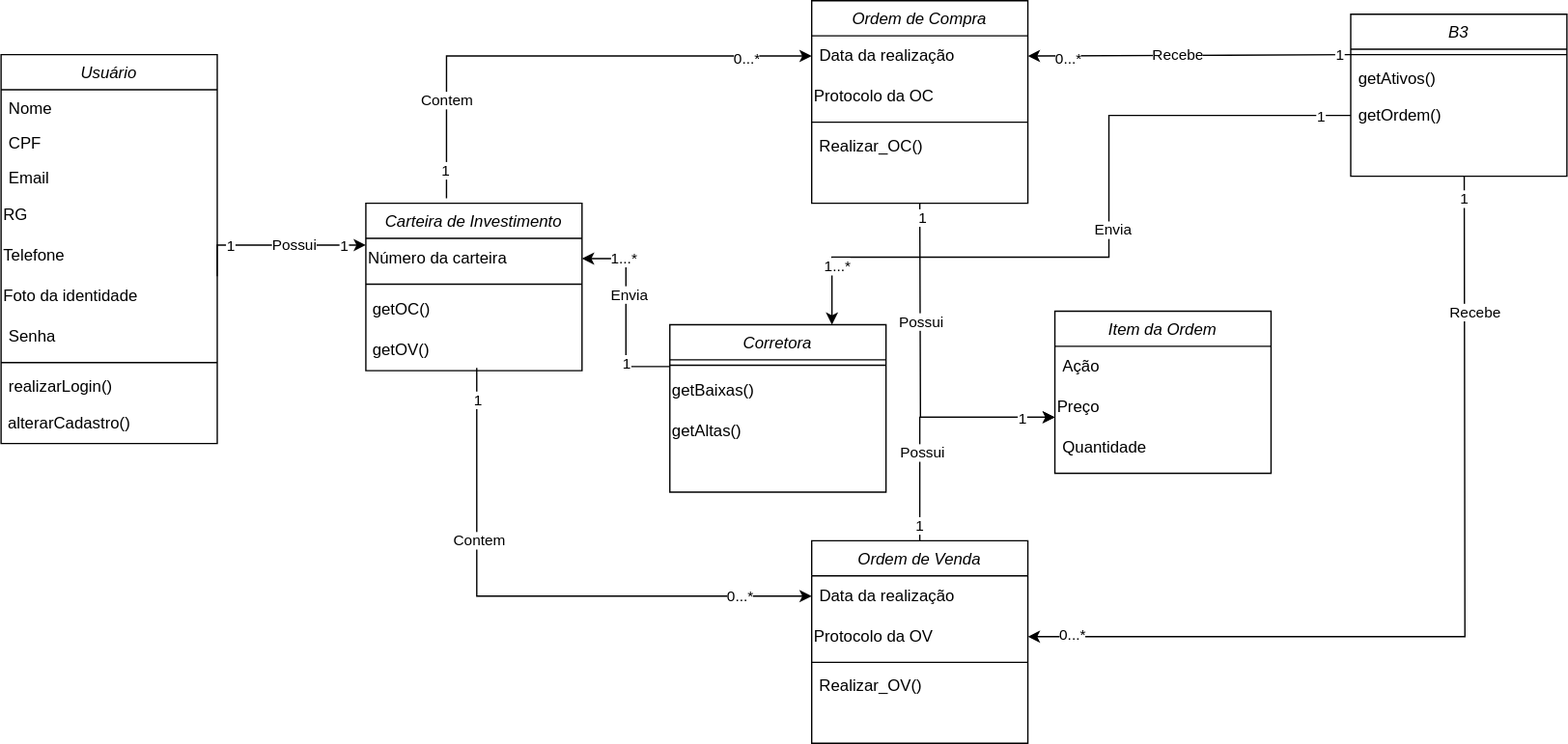
This is Diagrama de classe.drawio.svg from JesCat16/Projeto01_Modelagem_De_Software, a draw.io export, as it was before one commit. Source tidied: cells renumbered, new cells last; positions are measured from the earlier drawing's top-left corner, leaving out a move shared by most shapes.
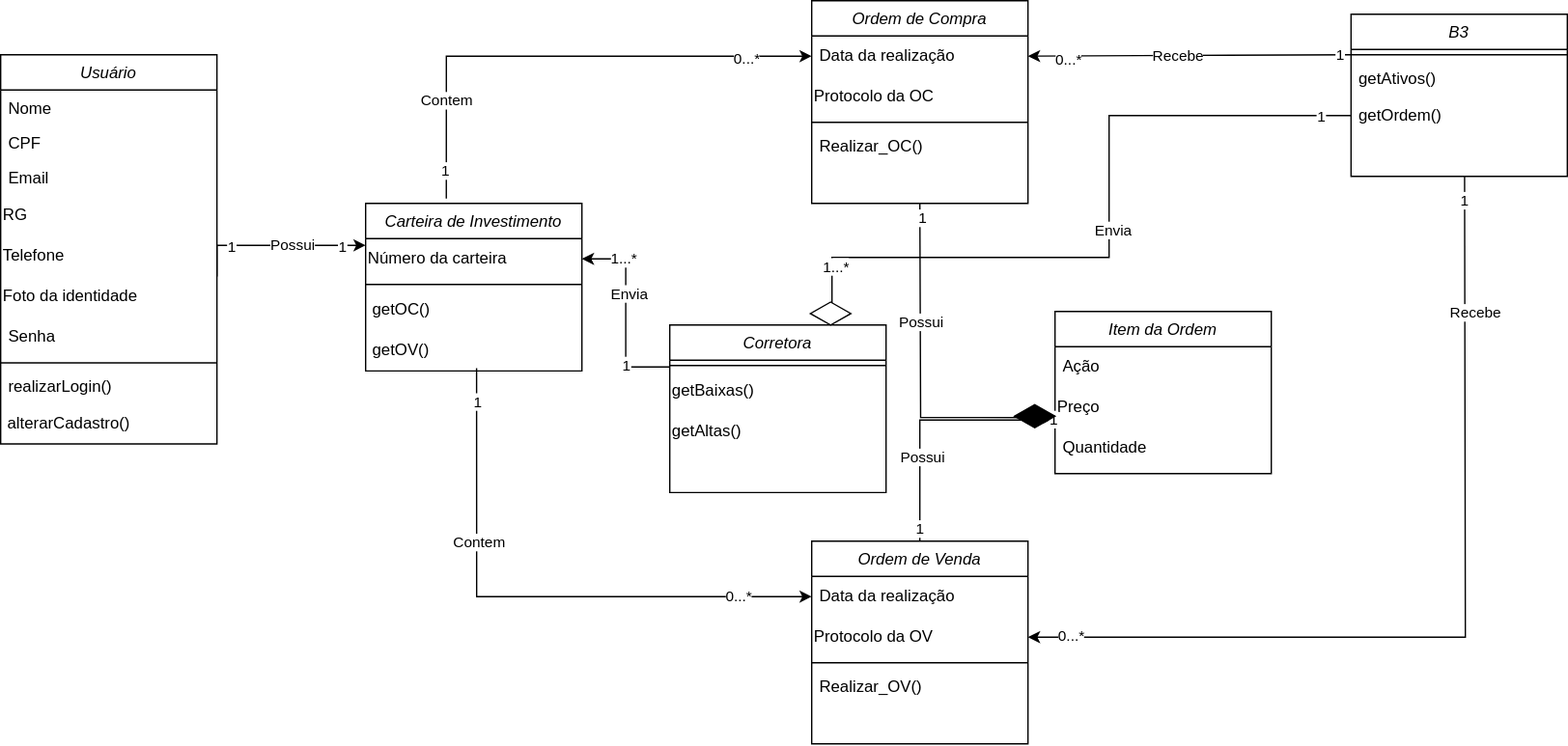
The same file after the commit.

Change to the diagram source:
```diff
@@ -179,19 +179,18 @@
     <mxCell id="54" value="1" style="edgeLabel;html=1;align=center;verticalAlign=middle;" parent="52" vertex="1">
       <mxGeometry x="0.92" y="-1" relative="1" as="geometry" />
     </mxCell>
-    <mxCell id="55" style="edgeStyle=orthogonalEdgeStyle;rounded=0;jettySize=auto;html=1;exitX=0;exitY=0.75;exitDx=0;exitDy=0;entryX=0.5;entryY=0;entryDx=0;entryDy=0;startArrow=classic;startFill=1;endArrow=none;endFill=0;" parent="1" edge="1" source="25" target="27">
-      <mxGeometry relative="1" as="geometry" />
+    <mxCell id="55" style="edgeStyle=orthogonalEdgeStyle;rounded=0;jettySize=auto;html=1;exitX=0;exitY=0.75;exitDx=0;exitDy=0;entryX=0.5;entryY=0;entryDx=0;entryDy=0;startArrow=none;startFill=0;endArrow=none;endFill=0;" parent="1" edge="1" source="76" target="27">
+      <mxGeometry relative="1" as="geometry">
+        <Array as="points">
+          <mxPoint x="680" y="310" />
+        </Array>
+      </mxGeometry>
     </mxCell>
     <mxCell id="56" value="Possui" style="edgeLabel;html=1;align=center;verticalAlign=middle;" parent="55" vertex="1">
       <mxGeometry x="0.78" y="1" relative="1" as="geometry">
         <mxPoint y="-45" as="offset" />
       </mxGeometry>
     </mxCell>
-    <mxCell id="57" value="1" style="edgeLabel;html=1;align=center;verticalAlign=middle;" parent="55" vertex="1">
-      <mxGeometry x="-0.73" y="1" relative="1" as="geometry">
-        <mxPoint x="1" as="offset" />
-      </mxGeometry>
-    </mxCell>
     <mxCell id="58" value="1" style="edgeLabel;html=1;align=center;verticalAlign=middle;" parent="55" vertex="1">
       <mxGeometry x="0.87" y="-1" relative="1" as="geometry">
         <mxPoint y="1" as="offset" />
@@ -261,5 +260,19 @@
     <mxCell id="74" value="1" style="edgeLabel;html=1;align=center;verticalAlign=middle;" parent="71" vertex="1">
       <mxGeometry x="-0.91" relative="1" as="geometry" />
     </mxCell>
+    <mxCell id="75" style="edgeStyle=orthogonalEdgeStyle;rounded=0;jettySize=auto;html=1;exitX=0;exitY=0.75;exitDx=0;exitDy=0;entryX=0.5;entryY=0;entryDx=0;entryDy=0;startArrow=none;startFill=0;endArrow=none;endFill=0;" parent="1" edge="1" source="25" target="76">
+      <mxGeometry relative="1" as="geometry" />
+    </mxCell>
+    <mxCell id="57" value="1" style="edgeLabel;html=1;align=center;verticalAlign=middle;" parent="75" vertex="1">
+      <mxGeometry x="-0.73" y="1" relative="1" as="geometry">
+        <mxPoint x="1" as="offset" />
+      </mxGeometry>
+    </mxCell>
+    <mxCell id="76" style="rhombus;whiteSpace=wrap;html=1;fillColor=#000000;" parent="1" vertex="1">
+      <mxGeometry x="750" y="299" width="30" height="17" as="geometry" />
+    </mxCell>
+    <mxCell id="77" style="rhombus;whiteSpace=wrap;html=1;" parent="1" vertex="1">
+      <mxGeometry x="599" y="223" width="30" height="17" as="geometry" />
+    </mxCell>
   </root>
 </mxGraphModel>
```
